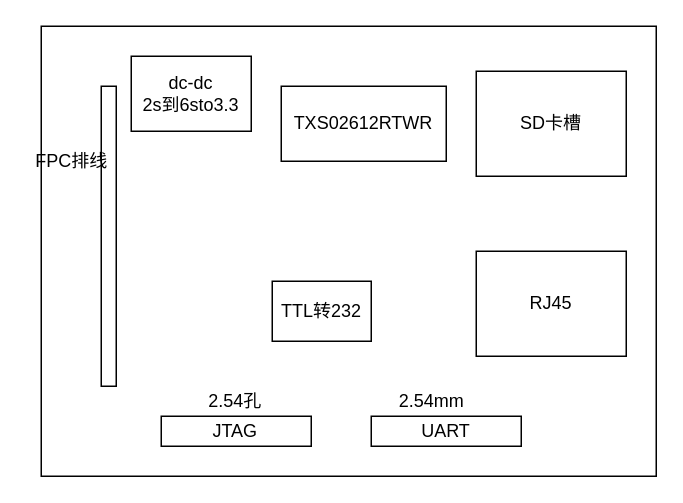
The draw.io diagram sd.drawio in Momenttt/hellogithub, before the edit. Source tidied: cells renumbered, new cells numbered last; positions are measured from the earlier drawing's top-left corner, leaving out a move shared by most shapes. Both pictures are drawn from the tidied source at 150%, with x=0, y=0 at pixel (26, 26).
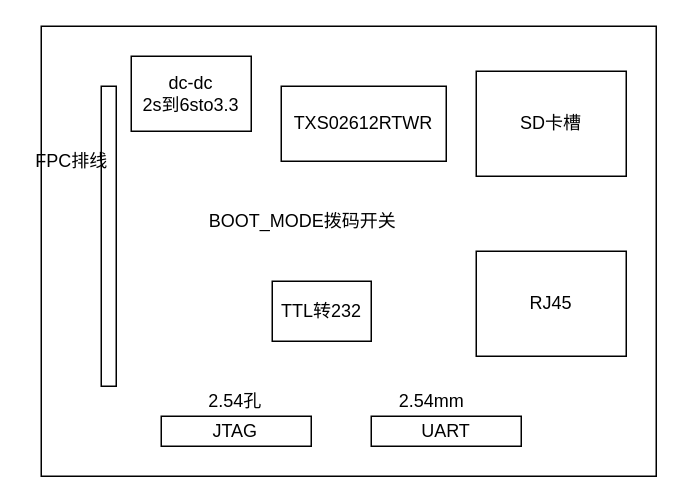
After the change.

Diff of the diagram source:
```diff
@@
 <mxGraphModel>
   <root>
     <mxCell id="0" />
     <mxCell id="1" parent="0" />
     <mxCell id="2" style="rounded=0;whiteSpace=wrap;html=1;" parent="1" vertex="1">
       <mxGeometry x="10" width="410" height="300" as="geometry" />
     </mxCell>
     <mxCell id="3" style="rounded=0;whiteSpace=wrap;html=1;" parent="1" vertex="1">
       <mxGeometry x="50" y="40" width="10" height="200" as="geometry" />
     </mxCell>
     <mxCell id="4" value="FPC排线" style="text;html=1;align=center;verticalAlign=middle;" parent="1" vertex="1">
       <mxGeometry y="80" width="60" height="20" as="geometry" />
     </mxCell>
     <mxCell id="5" value="SD卡槽" style="rounded=0;whiteSpace=wrap;html=1;" parent="1" vertex="1">
       <mxGeometry x="300" y="30" width="100" height="70" as="geometry" />
     </mxCell>
     <mxCell id="6" style="rounded=0;whiteSpace=wrap;html=1;" parent="1" vertex="1">
       <mxGeometry x="90" y="260" width="100" height="20" as="geometry" />
     </mxCell>
     <mxCell id="7" value="2.54孔" style="text;html=1;align=center;verticalAlign=middle;" parent="1" vertex="1">
       <mxGeometry x="114" y="240" width="50" height="20" as="geometry" />
     </mxCell>
     <mxCell id="8" value="JTAG" style="text;html=1;align=center;verticalAlign=middle;" parent="1" vertex="1">
       <mxGeometry x="114" y="260" width="50" height="20" as="geometry" />
     </mxCell>
     <mxCell id="9" value="RJ45" style="rounded=0;whiteSpace=wrap;html=1;" parent="1" vertex="1">
       <mxGeometry x="300" y="150" width="100" height="70" as="geometry" />
     </mxCell>
     <mxCell id="10" value="dc-dc&lt;br&gt;2s到6sto3.3" style="rounded=0;whiteSpace=wrap;html=1;" parent="1" vertex="1">
       <mxGeometry x="70" y="20" width="80" height="50" as="geometry" />
     </mxCell>
     <mxCell id="11" value="TXS02612RTWR" style="rounded=0;whiteSpace=wrap;html=1;" parent="1" vertex="1">
       <mxGeometry x="170" y="40" width="110" height="50" as="geometry" />
     </mxCell>
     <mxCell id="12" value="UART" style="rounded=0;whiteSpace=wrap;html=1;" parent="1" vertex="1">
       <mxGeometry x="230" y="260" width="100" height="20" as="geometry" />
     </mxCell>
     <mxCell id="13" value="2.54mm" style="text;html=1;align=center;verticalAlign=middle;" parent="1" vertex="1">
       <mxGeometry x="240" y="240" width="60" height="20" as="geometry" />
     </mxCell>
     <mxCell id="14" value="TTL转232" style="rounded=0;whiteSpace=wrap;html=1;" parent="1" vertex="1">
       <mxGeometry x="164" y="170" width="66" height="40" as="geometry" />
     </mxCell>
+    <mxCell id="15" value="BOOT_MODE拨码开关" style="text;html=1;align=center;verticalAlign=middle;" parent="1" vertex="1">
+      <mxGeometry x="114" y="120" width="140" height="20" as="geometry" />
+    </mxCell>
   </root>
 </mxGraphModel>
```
